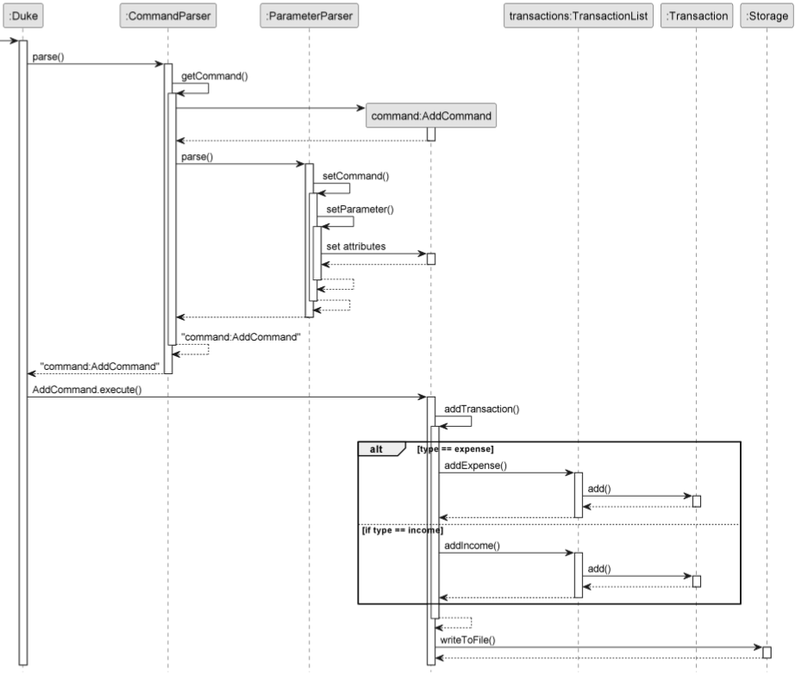
Above: docs/images/AddCommandSequenceDiagram.png in nus-cs2113-AY2223S1/tp (PlantUML), before the change. Its source is kept beside it as docs/diagram/AddCommandSequenceDiagram.puml. Its diagram source:
```plantuml
@startuml
skinparam monochrome true
skinparam shadowing false
hide footbox

Participant ":Duke" as Duke
Participant ":CommandParser" as CommandParser
Participant ":ParameterParser" as ParameterParser
Participant "command:AddCommand" as AddCommand
Participant "transactions:TransactionList" as Transactions
Participant ":Transaction" as Transaction
Participant ":Storage" as Storage

-> Duke
activate Duke

Duke -> CommandParser:parse()
activate CommandParser


CommandParser -> CommandParser:getCommand()
activate CommandParser
CommandParser -> AddCommand**
activate AddCommand
return


CommandParser -> ParameterParser:parse()

activate ParameterParser
ParameterParser ->ParameterParser++:setCommand()

ParameterParser ->ParameterParser++:setParameter()
ParameterParser -> AddCommand: set attributes
activate AddCommand
return
return
return
return
return "command:AddCommand"
return "command:AddCommand"


deactivate CommandParser


Duke -> AddCommand:AddCommand.execute()
activate AddCommand
AddCommand ->AddCommand++:addTransaction()

alt  type == expense
AddCommand -> Transactions:addExpense()
activate Transactions
Transactions -> Transaction:add()
activate Transaction
return

return
else if  type == income
AddCommand->Transactions:addIncome()
activate Transactions
Transactions -> Transaction:add()
activate Transaction
return
return
end
return
AddCommand -> Storage:writeToFile()
activate Storage
return
@enduml
```
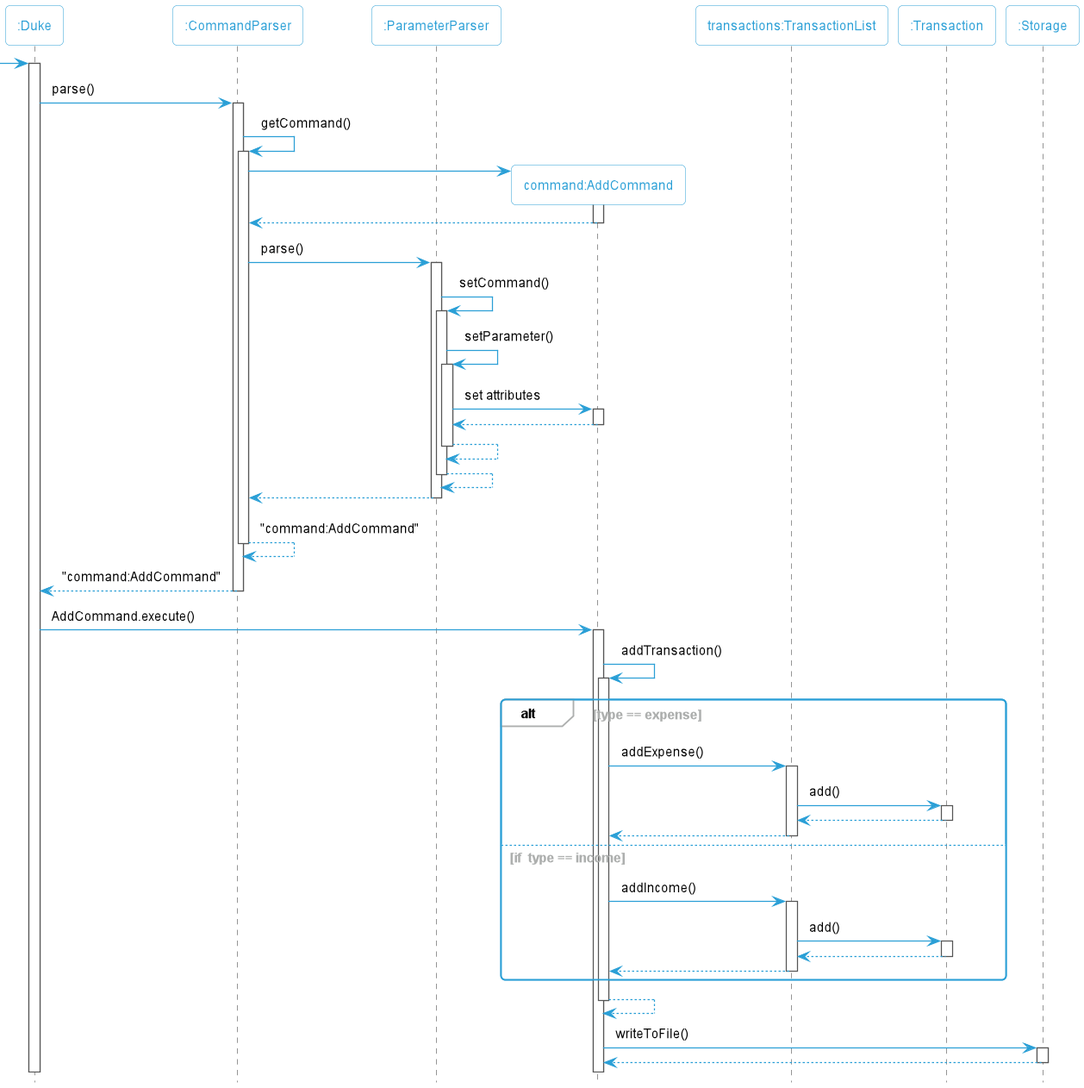
Later version of the same file.

The edit, as a diff of the source:
```diff
@@ -1,7 +1,6 @@
 @startuml
-skinparam monochrome true
-skinparam shadowing false
-hide footbox
+!include Style.puml
+
 
 Participant ":Duke" as Duke
 Participant ":CommandParser" as CommandParser
```
